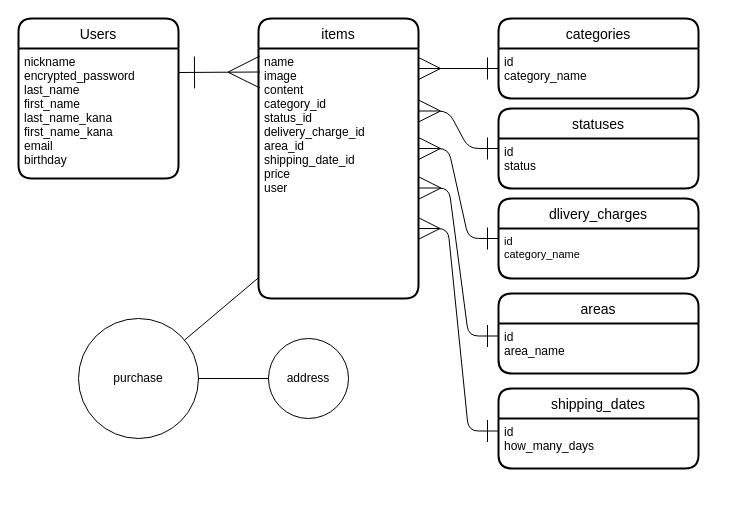
nagano518/furima-38866 keeps this draw.io diagram as ER.dio. Above is the earlier version. Source tidied: cells renumbered, new cells numbered last; positions are measured from the earlier drawing's top-left corner, leaving out a move shared by most shapes. Both pictures are drawn from the tidied source at 100%, with x=0, y=0 at pixel (18, 18).
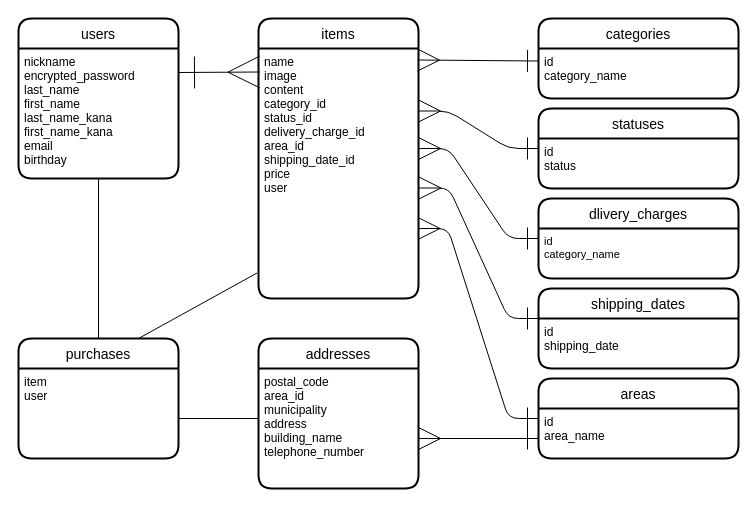
Above is the later version.

Commit message (it also covers changes not shown here):
ER図及びREADMEの修正

Unchanged cells that the change refers to:
```xml
<mxCell id="3" value="nickname&#10;encrypted_password&#10;last_name&#10;first_name&#10;last_name_kana&#10;first_name_kana&#10;email&#10;birthday" style="align=left;strokeColor=none;fillColor=none;spacingLeft=4;fontSize=12;verticalAlign=top;" parent="2" vertex="1">
  <mxGeometry y="30" width="160" height="130" as="geometry" />
</mxCell>
<mxCell id="5" value="name&#10;image&#10;content&#10;category_id&#10;status_id&#10;delivery_charge_id&#10;area_id&#10;shipping_date_id&#10;price&#10;user" style="align=left;strokeColor=none;fillColor=none;spacingLeft=4;fontSize=12;verticalAlign=top;" parent="4" vertex="1">
  <mxGeometry y="30" width="160" height="250" as="geometry" />
</mxCell>
<mxCell id="12" value="id&#10;category_name" style="align=left;strokeColor=none;fillColor=none;spacingLeft=4;fontSize=12;verticalAlign=top;" parent="11" vertex="1">
  <mxGeometry y="30" width="200" height="50" as="geometry" />
</mxCell>
<mxCell id="19" value="id&#10;area_name" style="align=left;strokeColor=none;fillColor=none;spacingLeft=4;fontSize=12;verticalAlign=top;" parent="18" vertex="1">
  <mxGeometry y="30" width="200" height="50" as="geometry" />
</mxCell>
```

The edit, as a diff of the source:
```diff
@@
-    <mxCell id="2" value="Users" style="swimlane;horizontal=1;startSize=30;rounded=1;fontSize=14;fontStyle=0;strokeWidth=2;shadow=0;dashed=0;align=center;" parent="1" vertex="1">
+    <mxCell id="2" value="users" style="swimlane;horizontal=1;startSize=30;rounded=1;fontSize=14;fontStyle=0;strokeWidth=2;shadow=0;dashed=0;align=center;" parent="1" vertex="1">
       <mxGeometry width="160" height="160" as="geometry" />
     </mxCell>
@@
-    <mxCell id="7" value="purchase" style="ellipse;whiteSpace=wrap;html=1;align=center;" parent="1" vertex="1">
-      <mxGeometry x="60" y="300" width="120" height="120" as="geometry" />
-    </mxCell>
-    <mxCell id="8" value="address" style="ellipse;whiteSpace=wrap;html=1;align=center;" parent="1" vertex="1">
-      <mxGeometry x="250" y="320" width="80" height="80" as="geometry" />
-    </mxCell>
-    <mxCell id="9" style="line;strokeWidth=1;dashed=0;labelPosition=right;align=left;verticalAlign=middle;spacingTop=0;spacingLeft=6;" parent="1" vertex="1">
-      <mxGeometry x="180" y="355" width="70" height="10" as="geometry" />
-    </mxCell>
-    <mxCell id="10" style="endArrow=none;html=1;startSize=30;endSize=30;entryX=0;entryY=0.917;entryDx=0;entryDy=0;entryPerimeter=0;" parent="1" edge="1" source="7" target="5">
+    <mxCell id="10" style="endArrow=none;html=1;startSize=30;endSize=30;entryX=-0.009;entryY=0.898;entryDx=0;entryDy=0;exitX=0.75;exitY=0;exitDx=0;exitDy=0;entryPerimeter=0;" parent="1" edge="1" source="26" target="5">
       <mxGeometry relative="1" as="geometry" />
     </mxCell>
     <mxCell id="11" value="categories" style="swimlane;horizontal=1;startSize=30;rounded=1;fontSize=14;fontStyle=0;strokeWidth=2;shadow=0;dashed=0;align=center;" parent="1" vertex="1">
-      <mxGeometry x="480" width="200" height="80" as="geometry" />
+      <mxGeometry x="520" width="200" height="80" as="geometry" />
     </mxCell>
@@
-    <mxCell id="13" style="edgeStyle=none;html=1;startArrow=ERmany;startFill=0;endArrow=ERone;endFill=0;startSize=20;endSize=20;" parent="1" edge="1">
-      <mxGeometry relative="1" as="geometry">
-        <mxPoint x="400" y="50" as="sourcePoint" />
-        <mxPoint x="480" y="50" as="targetPoint" />
-      </mxGeometry>
+    <mxCell id="13" style="edgeStyle=none;html=1;startArrow=ERmany;startFill=0;endArrow=ERone;endFill=0;startSize=20;endSize=20;entryX=0;entryY=0.25;entryDx=0;entryDy=0;exitX=0.994;exitY=0.046;exitDx=0;exitDy=0;exitPerimeter=0;" parent="1" edge="1" source="5" target="12">
+      <mxGeometry relative="1" as="geometry" />
     </mxCell>
     <mxCell id="14" value="statuses" style="swimlane;horizontal=1;startSize=30;rounded=1;fontSize=14;fontStyle=0;strokeWidth=2;shadow=0;dashed=0;align=center;" parent="1" vertex="1">
-      <mxGeometry x="480" y="90" width="200" height="80" as="geometry" />
+      <mxGeometry x="520" y="90" width="200" height="80" as="geometry" />
     </mxCell>
@@
     <mxCell id="16" value="dlivery_charges" style="swimlane;horizontal=1;startSize=30;rounded=1;fontSize=14;fontStyle=0;strokeWidth=2;shadow=0;dashed=0;align=center;" parent="1" vertex="1">
-      <mxGeometry x="480" y="180" width="200" height="80" as="geometry" />
+      <mxGeometry x="520" y="180" width="200" height="80" as="geometry" />
     </mxCell>
@@
     <mxCell id="18" value="areas" style="swimlane;horizontal=1;startSize=30;rounded=1;fontSize=14;fontStyle=0;strokeWidth=2;shadow=0;dashed=0;align=center;" parent="1" vertex="1">
-      <mxGeometry x="480" y="275" width="200" height="80" as="geometry" />
+      <mxGeometry x="520" y="360" width="200" height="80" as="geometry" />
     </mxCell>
@@
     <mxCell id="20" value="shipping_dates" style="swimlane;horizontal=1;startSize=30;rounded=1;fontSize=14;fontStyle=0;strokeWidth=2;shadow=0;dashed=0;align=center;" parent="1" vertex="1">
-      <mxGeometry x="480" y="370" width="200" height="80" as="geometry" />
+      <mxGeometry x="520" y="270" width="200" height="80" as="geometry" />
     </mxCell>
-    <mxCell id="21" value="id&#10;how_many_days" style="align=left;strokeColor=none;fillColor=none;spacingLeft=4;fontSize=12;verticalAlign=top;" parent="20" vertex="1">
+    <mxCell id="21" value="id&#10;shipping_date" style="align=left;strokeColor=none;fillColor=none;spacingLeft=4;fontSize=12;verticalAlign=top;" parent="20" vertex="1">
       <mxGeometry y="30" width="200" height="50" as="geometry" />
     </mxCell>
@@
-    <mxCell id="24" style="edgeStyle=entityRelationEdgeStyle;fontSize=12;html=1;endArrow=ERone;startSize=20;endSize=20;entryX=0;entryY=0.25;entryDx=0;entryDy=0;exitX=1.003;exitY=0.558;exitDx=0;exitDy=0;startArrow=ERmany;startFill=0;endFill=0;exitPerimeter=0;" parent="1" edge="1" source="5" target="19">
+    <mxCell id="24" style="edgeStyle=entityRelationEdgeStyle;fontSize=12;html=1;endArrow=ERone;startSize=20;endSize=20;entryX=0;entryY=0;entryDx=0;entryDy=0;exitX=1.003;exitY=0.558;exitDx=0;exitDy=0;startArrow=ERmany;startFill=0;endFill=0;exitPerimeter=0;" parent="1" edge="1" source="5" target="21">
       <mxGeometry relative="1" as="geometry" />
     </mxCell>
-    <mxCell id="25" style="edgeStyle=entityRelationEdgeStyle;fontSize=12;html=1;endArrow=ERone;startSize=20;endSize=20;entryX=0;entryY=0.25;entryDx=0;entryDy=0;exitX=0.997;exitY=0.385;exitDx=0;exitDy=0;exitPerimeter=0;startArrow=ERmany;startFill=0;endFill=0;" parent="1" edge="1" target="21">
+    <mxCell id="25" style="edgeStyle=entityRelationEdgeStyle;fontSize=12;html=1;endArrow=ERone;startSize=20;endSize=20;entryX=0;entryY=0.5;entryDx=0;entryDy=0;exitX=0.997;exitY=0.385;exitDx=0;exitDy=0;exitPerimeter=0;startArrow=ERmany;startFill=0;endFill=0;" parent="1" edge="1" target="18">
       <mxGeometry relative="1" as="geometry">
         <mxPoint x="399.5" y="210" as="sourcePoint" />
       </mxGeometry>
     </mxCell>
+    <mxCell id="26" value="purchases" style="swimlane;horizontal=1;startSize=30;rounded=1;fontSize=14;fontStyle=0;strokeWidth=2;shadow=0;dashed=0;align=center;" parent="1" vertex="1">
+      <mxGeometry y="320" width="160" height="120" as="geometry" />
+    </mxCell>
+    <mxCell id="27" value="item&#10;user" style="align=left;strokeColor=none;fillColor=none;spacingLeft=4;fontSize=12;verticalAlign=top;" parent="26" vertex="1">
+      <mxGeometry y="30" width="160" height="90" as="geometry" />
+    </mxCell>
+    <mxCell id="28" style="edgeStyle=none;html=1;exitX=0.5;exitY=1;exitDx=0;exitDy=0;entryX=0.5;entryY=0;entryDx=0;entryDy=0;fontSize=11;startArrow=none;startFill=0;endArrow=none;endFill=0;startSize=20;endSize=20;" parent="1" edge="1" source="3" target="26">
+      <mxGeometry relative="1" as="geometry" />
+    </mxCell>
+    <mxCell id="29" value="addresses" style="swimlane;horizontal=1;startSize=30;rounded=1;fontSize=14;fontStyle=0;strokeWidth=2;shadow=0;dashed=0;align=center;" parent="1" vertex="1">
+      <mxGeometry x="240" y="320" width="160" height="150" as="geometry" />
+    </mxCell>
+    <mxCell id="30" value="postal_code&#10;area_id&#10;municipality&#10;address&#10;building_name&#10;telephone_number" style="align=left;strokeColor=none;fillColor=none;spacingLeft=4;fontSize=12;verticalAlign=top;" parent="29" vertex="1">
+      <mxGeometry y="30" width="160" height="120" as="geometry" />
+    </mxCell>
+    <mxCell id="31" style="edgeStyle=none;html=1;fontSize=11;startArrow=none;startFill=0;endArrow=none;endFill=0;startSize=20;endSize=20;" parent="1" edge="1">
+      <mxGeometry relative="1" as="geometry">
+        <mxPoint x="160" y="400" as="sourcePoint" />
+        <mxPoint x="240" y="400" as="targetPoint" />
+      </mxGeometry>
+    </mxCell>
+    <mxCell id="32" style="edgeStyle=none;html=1;entryX=0;entryY=0.75;entryDx=0;entryDy=0;fontSize=11;startArrow=ERmany;startFill=0;endArrow=ERone;endFill=0;startSize=20;endSize=20;" parent="1" edge="1" target="18">
+      <mxGeometry relative="1" as="geometry">
+        <mxPoint x="400" y="420" as="sourcePoint" />
+      </mxGeometry>
+    </mxCell>
```
